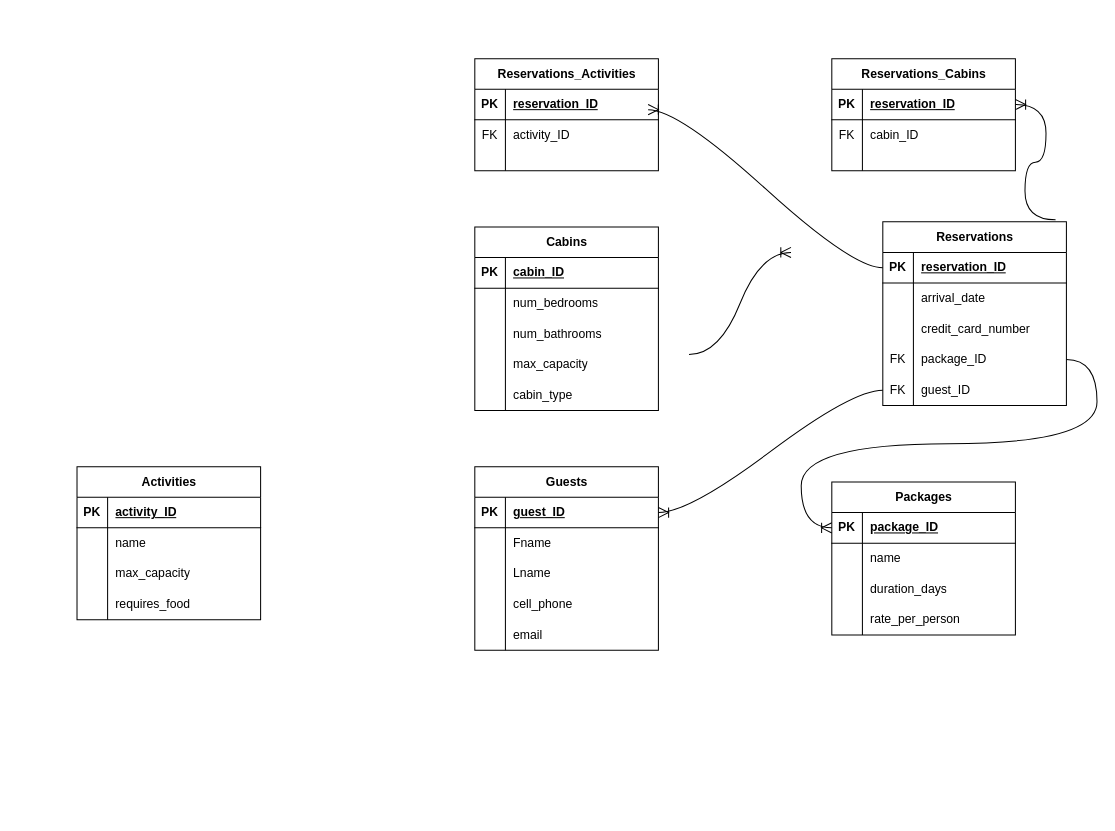
Earlier version of the draw.io diagram files/Extra_credit_ERD.drawio (JanssenThomas/JanssenThomas.github.io). Source tidied: cells renumbered, new cells numbered last; positions are measured from the earlier drawing's top-left corner, leaving out a move shared by most shapes. Both pictures are drawn from the tidied source at 102%, with x=0, y=0 at pixel (76, -13).
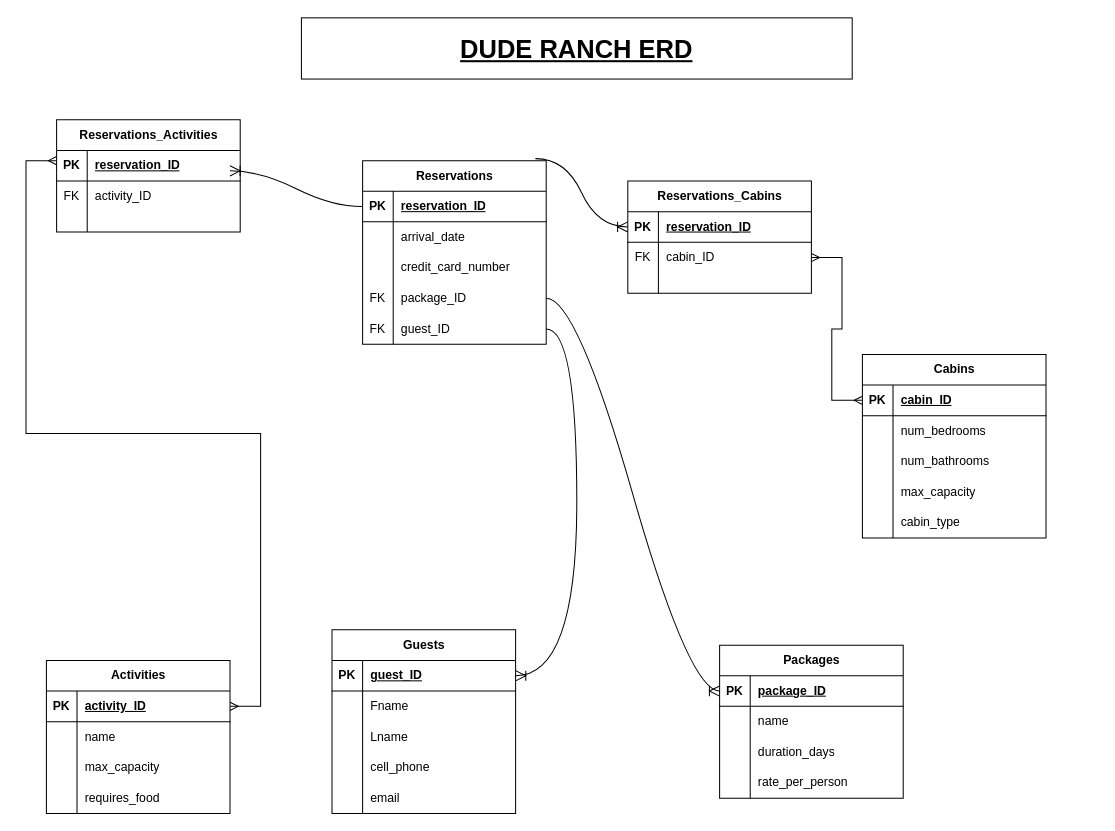
Above is the later version.

The change refers to these unchanged cells:
```xml
<mxCell id="3" style="shape=tableRow;horizontal=0;startSize=0;swimlaneHead=0;swimlaneBody=0;fillColor=none;points=[[0,0.5],[1,0.5]];portConstraint=eastwest;top=0;left=0;right=0;bottom=1;" parent="2" vertex="1">
  <mxGeometry y="30" width="180" height="30" as="geometry" />
</mxCell>
<mxCell id="19" style="shape=tableRow;horizontal=0;startSize=0;swimlaneHead=0;swimlaneBody=0;fillColor=none;points=[[0,0.5],[1,0.5]];portConstraint=eastwest;top=0;left=0;right=0;bottom=1;" parent="18" vertex="1">
  <mxGeometry y="30" width="180" height="30" as="geometry" />
</mxCell>
<mxCell id="32" style="shape=tableRow;horizontal=0;startSize=0;swimlaneHead=0;swimlaneBody=0;fillColor=none;points=[[0,0.5],[1,0.5]];portConstraint=eastwest;top=0;left=0;right=0;bottom=1;" parent="31" vertex="1">
  <mxGeometry y="30" width="180" height="30" as="geometry" />
</mxCell>
<mxCell id="45" style="shape=tableRow;horizontal=0;startSize=0;swimlaneHead=0;swimlaneBody=0;fillColor=none;points=[[0,0.5],[1,0.5]];portConstraint=eastwest;top=0;left=0;right=0;bottom=1;" parent="44" vertex="1">
  <mxGeometry y="30" width="180" height="30" as="geometry" />
</mxCell>
<mxCell id="70" style="shape=tableRow;horizontal=0;startSize=0;swimlaneHead=0;swimlaneBody=0;fillColor=none;points=[[0,0.5],[1,0.5]];portConstraint=eastwest;top=0;left=0;right=0;bottom=0;" parent="60" vertex="1">
  <mxGeometry y="120" width="180" height="30" as="geometry" />
</mxCell>
<mxCell id="73" style="shape=tableRow;horizontal=0;startSize=0;swimlaneHead=0;swimlaneBody=0;fillColor=none;points=[[0,0.5],[1,0.5]];portConstraint=eastwest;top=0;left=0;right=0;bottom=0;" parent="60" vertex="1">
  <mxGeometry y="150" width="180" height="30" as="geometry" />
</mxCell>
<mxCell id="80" style="shape=tableRow;horizontal=0;startSize=0;swimlaneHead=0;swimlaneBody=0;fillColor=none;points=[[0,0.5],[1,0.5]];portConstraint=eastwest;top=0;left=0;right=0;bottom=0;" parent="76" vertex="1">
  <mxGeometry y="60" width="180" height="30" as="geometry" />
</mxCell>
```

Diff of the diagram source:
```diff
@@
     <mxCell id="2" value="Cabins" style="shape=table;startSize=30;childLayout=tableLayout;rowLines=0;fontStyle=1;align=center;html=1;" parent="1" vertex="1">
-      <mxGeometry x="390" y="235" width="180" height="180" as="geometry" />
+      <mxGeometry x="770" y="360" width="180" height="180" as="geometry" />
     </mxCell>
@@
     <mxCell id="18" value="Packages" style="shape=table;startSize=30;childLayout=tableLayout;rowLines=0;fontStyle=1;align=center;html=1;" parent="1" vertex="1">
-      <mxGeometry x="740" y="485" width="180" height="150" as="geometry" />
+      <mxGeometry x="630" y="645" width="180" height="150" as="geometry" />
     </mxCell>
@@
     <mxCell id="31" value="Activities" style="shape=table;startSize=30;childLayout=tableLayout;rowLines=0;fontStyle=1;align=center;html=1;" parent="1" vertex="1">
-      <mxGeometry y="470" width="180" height="150" as="geometry" />
+      <mxGeometry x="-30" y="660" width="180" height="150" as="geometry" />
     </mxCell>
@@
     <mxCell id="44" value="Guests" style="shape=table;startSize=30;childLayout=tableLayout;rowLines=0;fontStyle=1;align=center;html=1;" parent="1" vertex="1">
-      <mxGeometry x="390" y="470" width="180" height="180" as="geometry" />
+      <mxGeometry x="250" y="630" width="180" height="180" as="geometry" />
     </mxCell>
@@
     <mxCell id="60" value="Reservations" style="shape=table;startSize=30;childLayout=tableLayout;rowLines=0;fontStyle=1;align=center;html=1;" parent="1" vertex="1">
-      <mxGeometry x="790" y="230" width="180" height="180" as="geometry" />
+      <mxGeometry x="280" y="170" width="180" height="180" as="geometry" />
     </mxCell>
@@
     <mxCell id="76" value="Reservations_Cabins" style="shape=table;startSize=30;childLayout=tableLayout;rowLines=0;fontStyle=1;align=center;html=1;" parent="1" vertex="1">
-      <mxGeometry x="740" y="70" width="180" height="110" as="geometry" />
+      <mxGeometry x="540" y="190" width="180" height="110" as="geometry" />
     </mxCell>
@@
     <mxCell id="86" value="Reservations_Activities" style="shape=table;startSize=30;childLayout=tableLayout;rowLines=0;fontStyle=1;align=center;html=1;" parent="1" vertex="1">
-      <mxGeometry x="390" y="70" width="180" height="110" as="geometry" />
+      <mxGeometry x="-20" y="130" width="180" height="110" as="geometry" />
     </mxCell>
@@
-    <mxCell id="96" style="edgeStyle=entityRelationEdgeStyle;fontSize=12;html=1;endArrow=ERoneToMany;rounded=0;startSize=8;endSize=8;curved=1;exitX=1;exitY=0.5;exitDx=0;exitDy=0;" parent="1" edge="1" source="70">
+    <mxCell id="96" style="edgeStyle=entityRelationEdgeStyle;fontSize=12;html=1;endArrow=ERoneToMany;rounded=0;startSize=8;endSize=8;curved=1;entryX=0;entryY=0.5;entryDx=0;entryDy=0;" parent="1" edge="1" source="70" target="19">
       <mxGeometry relative="1" as="geometry">
-        <mxPoint x="740" y="530" as="targetPoint" />
         <Array as="points">
           <mxPoint x="450" y="685" />
+          <mxPoint x="850" y="590" />
+          <mxPoint x="870" y="610" />
           <mxPoint x="840" y="400" />
         </Array>
       </mxGeometry>
     </mxCell>
-    <mxCell id="97" style="edgeStyle=entityRelationEdgeStyle;fontSize=12;html=1;endArrow=ERoneToMany;rounded=0;startSize=8;endSize=8;curved=1;exitX=0;exitY=0.5;exitDx=0;exitDy=0;" parent="1" edge="1" source="73" target="45">
+    <mxCell id="97" style="edgeStyle=entityRelationEdgeStyle;fontSize=12;html=1;endArrow=ERoneToMany;rounded=0;startSize=8;endSize=8;curved=1;" parent="1" edge="1" source="73" target="45">
       <mxGeometry relative="1" as="geometry">
         <Array as="points">
           <mxPoint x="350" y="698" />
         </Array>
       </mxGeometry>
     </mxCell>
@@
-    <mxCell id="100" style="edgeStyle=entityRelationEdgeStyle;fontSize=12;html=1;endArrow=ERoneToMany;rounded=0;startSize=8;endSize=8;curved=1;" parent="1" edge="1">
-      <mxGeometry relative="1" as="geometry">
-        <mxPoint x="600" y="360" as="sourcePoint" />
-        <mxPoint x="700" y="260" as="targetPoint" />
-      </mxGeometry>
-    </mxCell>
+    <mxCell id="101" style="edgeStyle=entityRelationEdgeStyle;fontSize=12;html=1;endArrow=ERmany;startArrow=ERmany;rounded=0;exitX=0;exitY=0.5;exitDx=0;exitDy=0;" parent="1" edge="1" source="3" target="80">
+      <mxGeometry relative="1" as="geometry" />
+    </mxCell>
+    <mxCell id="102" style="edgeStyle=entityRelationEdgeStyle;fontSize=12;html=1;endArrow=ERmany;startArrow=ERmany;rounded=0;exitX=1;exitY=0.5;exitDx=0;exitDy=0;" parent="1" edge="1" source="32">
+      <mxGeometry relative="1" as="geometry">
+        <mxPoint x="-20" y="170" as="targetPoint" />
+      </mxGeometry>
+    </mxCell>
+    <mxCell id="103" value="&lt;font style=&quot;font-size: 25px;&quot;&gt;&lt;u&gt;&lt;b&gt;DUDE RANCH ERD&lt;/b&gt;&lt;/u&gt;&lt;/font&gt;" style="whiteSpace=wrap;html=1;" parent="1" vertex="1">
+      <mxGeometry x="220" y="30" width="540" height="60" as="geometry" />
+    </mxCell>
```
